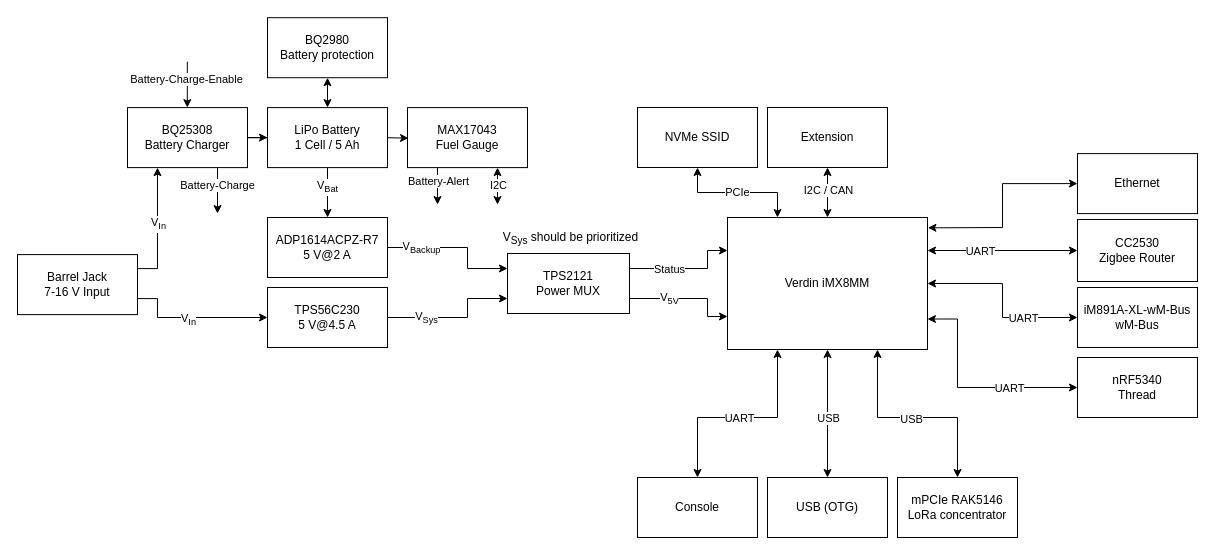
This is docs/IoT-Gateway.drawio from Kampi/IoT-Gateway, a draw.io file, before an edit. Source tidied: cells renumbered, new cells numbered last; positions are measured from the earlier drawing's top-left corner, leaving out a move shared by most shapes. Both pictures are drawn from the tidied source at 100%, with x=0, y=0 at pixel (17, 17).
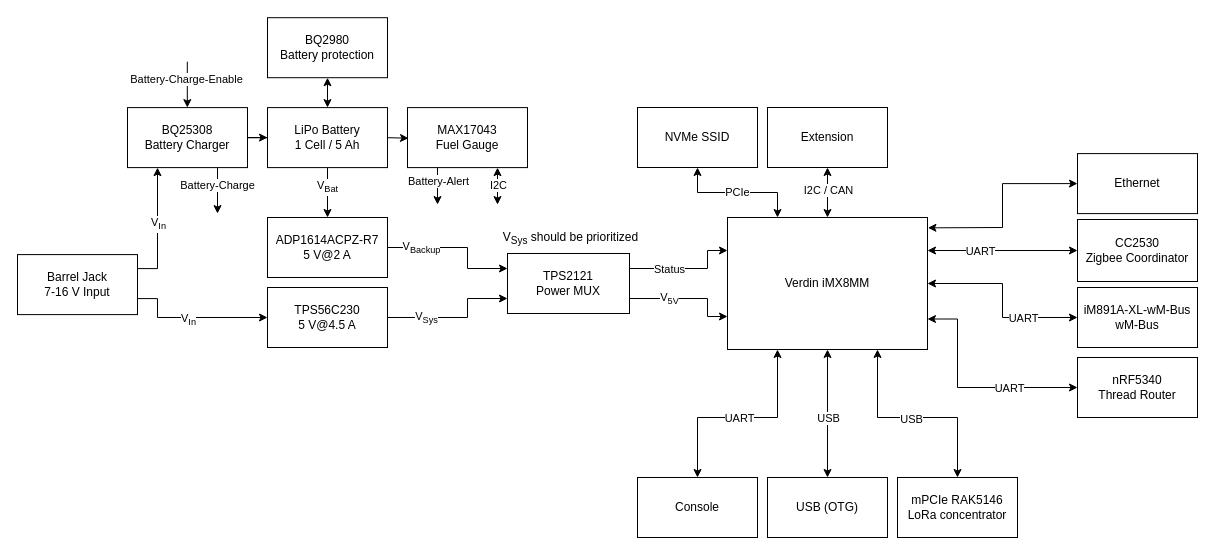
The same page after the edit.

Change to the diagram source:
```diff
@@
-    <mxCell id="16" value="CC2530&lt;br&gt;Zigbee Router" style="rounded=0;whiteSpace=wrap;html=1;strokeWidth=1;" parent="1" vertex="1">
+    <mxCell id="16" value="CC2530&lt;br&gt;Zigbee Coordinator" style="rounded=0;whiteSpace=wrap;html=1;strokeWidth=1;" parent="1" vertex="1">
       <mxGeometry x="1060" y="202" width="120" height="62" as="geometry" />
     </mxCell>
-    <mxCell id="17" value="nRF5340&lt;br&gt;Thread" style="rounded=0;whiteSpace=wrap;html=1;strokeWidth=1;" parent="1" vertex="1">
+    <mxCell id="17" value="nRF5340&lt;br&gt;Thread Router" style="rounded=0;whiteSpace=wrap;html=1;strokeWidth=1;" parent="1" vertex="1">
       <mxGeometry x="1060" y="340" width="120" height="60" as="geometry" />
     </mxCell>
```
